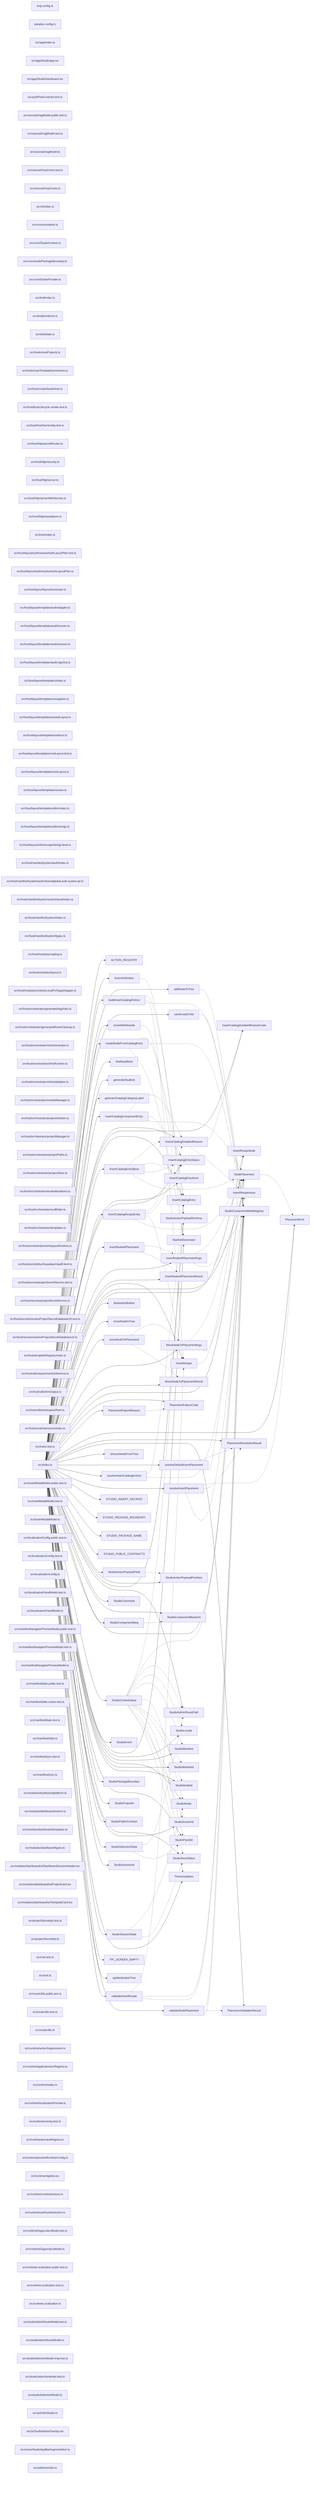
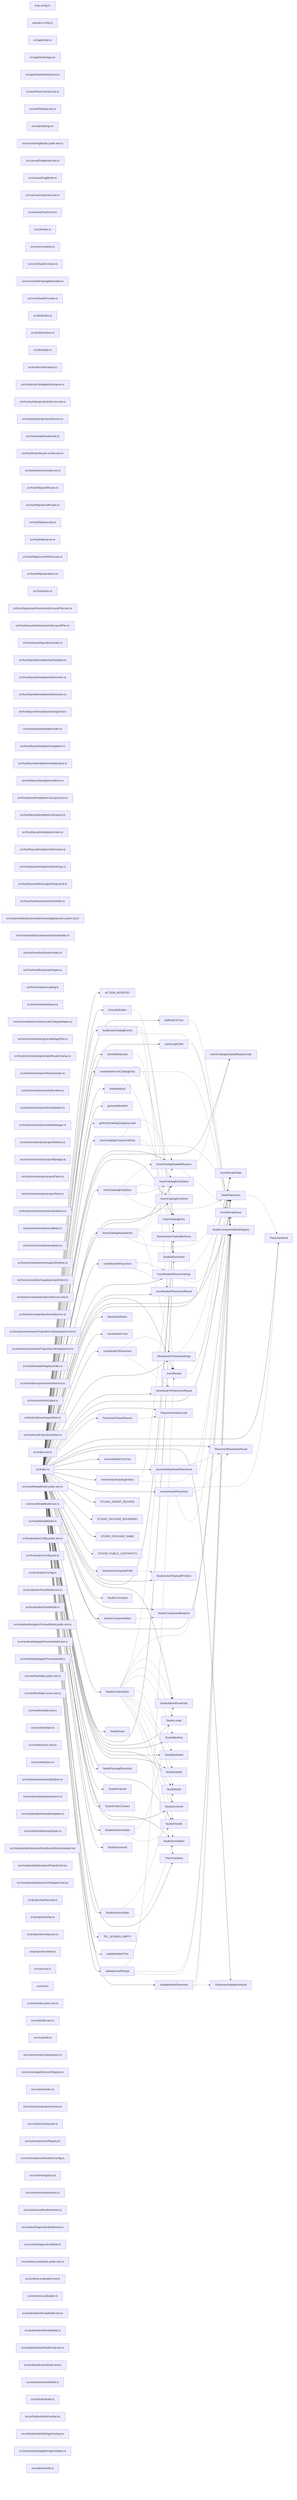
graph LR
  module_knip_config_ts["knip.config.ts"]
  module_paradox_config_ts["paradox.config.ts"]
  module_src_app_index_ts["src/app/index.ts"]
  module_src_app_StudioApp_tsx["src/app/StudioApp.tsx"]
  module_src_app_StudioDashboard_tsx["src/app/StudioDashboard.tsx"]
  module_src_authFlowContract_test_ts["src/authFlowContract.test.ts"]
+   module_src_authSettings_test_ts["src/authSettings.test.ts"]
+   module_src_authSettings_ts["src/authSettings.ts"]
  module_src_canvasDragModel_public_test_ts["src/canvasDragModel.public.test.ts"]
  module_src_canvasDragModel_test_ts["src/canvasDragModel.test.ts"]
  module_src_canvasDragModel_ts["src/canvasDragModel.ts"]
  module_src_canvasDropZones_test_ts["src/canvasDropZones.test.ts"]
  module_src_canvasDropZones_ts["src/canvasDropZones.ts"]
  module_src_cli_index_ts["src/cli/index.ts"]
  module_src_core_constants_ts["src/core/constants.ts"]
  module_src_core_StudioContext_ts["src/core/StudioContext.ts"]
  module_src_core_studioPackageBoundary_ts["src/core/studioPackageBoundary.ts"]
  module_src_core_StudioProvider_ts["src/core/StudioProvider.ts"]
  module_src_dnd_index_ts["src/dnd/index.ts"]
  module_src_dnd_primitives_ts["src/dnd/primitives.ts"]
  module_src_dnd_state_ts["src/dnd/state.ts"]
  module_src_hooks_useProjects_ts["src/hooks/useProjects.ts"]
  module_src_hooks_useTemplateSummaries_ts["src/hooks/useTemplateSummaries.ts"]
+   module_src_host_auth_projectAuthService_test_ts["src/host/auth/projectAuthService.test.ts"]
+   module_src_host_auth_projectAuthService_ts["src/host/auth/projectAuthService.ts"]
  module_src_host_createStudioHost_ts["src/host/createStudioHost.ts"]
  module_src_host_hostLifecycle_smoke_test_ts["src/host/hostLifecycle.smoke.test.ts"]
  module_src_host_hostOwnership_test_ts["src/host/hostOwnership.test.ts"]
+   module_src_host_http_authRoutes_ts["src/host/http/authRoutes.ts"]
  module_src_host_http_secretRoutes_ts["src/host/http/secretRoutes.ts"]
  module_src_host_http_security_ts["src/host/http/security.ts"]
  module_src_host_http_server_ts["src/host/http/server.ts"]
  module_src_host_http_serverWithSecrets_ts["src/host/http/serverWithSecrets.ts"]
  module_src_host_http_standalone_ts["src/host/http/standalone.ts"]
  module_src_host_index_ts["src/host/index.ts"]
  module_src_host_layout_auth_resolveAuthLayoutPlan_test_ts["src/host/layout/auth/resolveAuthLayoutPlan.test.ts"]
  module_src_host_layout_auth_resolveAuthLayoutPlan_ts["src/host/layout/auth/resolveAuthLayoutPlan.ts"]
  module_src_host_layout_layoutGenerator_ts["src/host/layout/layoutGenerator.ts"]
  module_src_host_layout_templates_auth_adapter_ts["src/host/layout/templates/auth/adapter.ts"]
  module_src_host_layout_templates_auth_screen_ts["src/host/layout/templates/auth/screen.ts"]
  module_src_host_layout_templates_auth_session_ts["src/host/layout/templates/auth/session.ts"]
  module_src_host_layout_templates_auth_signOut_ts["src/host/layout/templates/auth/signOut.ts"]
  module_src_host_layout_templates_index_ts["src/host/layout/templates/index.ts"]
  module_src_host_layout_templates_navigation_ts["src/host/layout/templates/navigation.ts"]
  module_src_host_layout_templates_nestedLayout_ts["src/host/layout/templates/nestedLayout.ts"]
  module_src_host_layout_templates_redirect_ts["src/host/layout/templates/redirect.ts"]
  module_src_host_layout_templates_rootLayout_test_ts["src/host/layout/templates/rootLayout.test.ts"]
  module_src_host_layout_templates_rootLayout_ts["src/host/layout/templates/rootLayout.ts"]
  module_src_host_layout_templates_screen_ts["src/host/layout/templates/screen.ts"]
  module_src_host_layout_templates_utils_routes_ts["src/host/layout/templates/utils/routes.ts"]
  module_src_host_layout_templates_utils_strings_ts["src/host/layout/templates/utils/strings.ts"]
  module_src_host_layout_utils_escapeStringLiteral_ts["src/host/layout/utils/escapeStringLiteral.ts"]
  module_src_host_manifestSystem_auth_index_ts["src/host/manifestSystem/auth/index.ts"]
  module_src_host_manifestSystem_auth_shared_global_auth_system_tpl_ts["src/host/manifestSystem/auth/shared/global.auth.system.tpl.ts"]
  module_src_host_manifestSystem_auth_shared_index_ts["src/host/manifestSystem/auth/shared/index.ts"]
  module_src_host_manifestSystem_index_ts["src/host/manifestSystem/index.ts"]
  module_src_host_manifestSystem_types_ts["src/host/manifestSystem/types.ts"]
  module_src_host_modules_catalog_ts["src/host/modules/catalog.ts"]
  module_src_host_modules_layout_ts["src/host/modules/layout.ts"]
  module_src_host_modules_runtime_LocalFsTargetAdapter_ts["src/host/modules/runtime/LocalFsTargetAdapter.ts"]
  module_src_host_orchestrator_generatedAppFiles_ts["src/host/orchestrator/generatedAppFiles.ts"]
  module_src_host_orchestrator_generatedRouteCleanup_ts["src/host/orchestrator/generatedRouteCleanup.ts"]
  module_src_host_orchestrator_infraGenerator_ts["src/host/orchestrator/infraGenerator.ts"]
  module_src_host_orchestrator_infraRuntime_ts["src/host/orchestrator/infraRuntime.ts"]
  module_src_host_orchestrator_infraValidation_ts["src/host/orchestrator/infraValidation.ts"]
  module_src_host_orchestrator_moduleManager_ts["src/host/orchestrator/moduleManager.ts"]
  module_src_host_orchestrator_projectDeletion_ts["src/host/orchestrator/projectDeletion.ts"]
  module_src_host_orchestrator_projectManager_ts["src/host/orchestrator/projectManager.ts"]
  module_src_host_orchestrator_projectPaths_ts["src/host/orchestrator/projectPaths.ts"]
  module_src_host_orchestrator_projectStore_ts["src/host/orchestrator/projectStore.ts"]
  module_src_host_orchestrator_resolveMutations_ts["src/host/orchestrator/resolveMutations.ts"]
  module_src_host_orchestrator_scaffolder_ts["src/host/orchestrator/scaffolder.ts"]
  module_src_host_orchestrator_templates_ts["src/host/orchestrator/templates.ts"]
  module_src_host_orchestrator_workspaceRuntime_ts["src/host/orchestrator/workspaceRuntime.ts"]
  module_src_host_secrets_bunSupabaseVaultClient_ts["src/host/secrets/bunSupabaseVaultClient.ts"]
  module_src_host_secrets_projectSecretService_test_ts["src/host/secrets/projectSecretService.test.ts"]
  module_src_host_secrets_projectSecretService_ts["src/host/secrets/projectSecretService.ts"]
  module_src_host_secrets_resolveProjectSecretDatabaseUrl_test_ts["src/host/secrets/resolveProjectSecretDatabaseUrl.test.ts"]
  module_src_host_secrets_resolveProjectSecretDatabaseUrl_ts["src/host/secrets/resolveProjectSecretDatabaseUrl.ts"]
  module_src_host_templateRegistry_index_ts["src/host/templateRegistry/index.ts"]
  module_src_host_utils_requirementsInference_ts["src/host/utils/requirementsInference.ts"]
  module_src_host_utils_trimOutput_ts["src/host/utils/trimOutput.ts"]
  module_src_host_utils_workspaceRoot_ts["src/host/utils/workspaceRoot.ts"]
  module_src_host_zoraExtensions_index_ts["src/host/zoraExtensions/index.ts"]
  module_src_index_test_ts["src/index.test.ts"]
  module_src_index_ts["src/index.ts"]
  module_src_insertModalModel_public_test_ts["src/insertModalModel.public.test.ts"]
  module_src_insertModalModel_test_ts["src/insertModalModel.test.ts"]
  module_src_insertModalModel_ts["src/insertModalModel.ts"]
  module_src_localizationConfig_public_test_ts["src/localizationConfig.public.test.ts"]
  module_src_localizationConfig_test_ts["src/localizationConfig.test.ts"]
  module_src_localizationConfig_ts["src/localizationConfig.ts"]
  module_src_localizationPanelModel_test_ts["src/localizationPanelModel.test.ts"]
  module_src_localizationPanelModel_ts["src/localizationPanelModel.ts"]
  module_src_manifestNavigatorPreviewModel_public_test_ts["src/manifestNavigatorPreviewModel.public.test.ts"]
  module_src_manifestNavigatorPreviewModel_test_ts["src/manifestNavigatorPreviewModel.test.ts"]
  module_src_manifestNavigatorPreviewModel_ts["src/manifestNavigatorPreviewModel.ts"]
  module_src_manifestState_public_test_ts["src/manifestState.public.test.ts"]
  module_src_manifestState_routes_test_ts["src/manifestState.routes.test.ts"]
  module_src_manifestState_test_ts["src/manifestState.test.ts"]
  module_src_manifestState_ts["src/manifestState.ts"]
  module_src_manifestSync_test_ts["src/manifestSync.test.ts"]
  module_src_manifestSync_ts["src/manifestSync.ts"]
  module_src_modules_dashboard_platform_ts["src/modules/dashboard/platform.ts"]
  module_src_modules_dashboard_search_ts["src/modules/dashboard/search.ts"]
  module_src_modules_dashboard_templates_ts["src/modules/dashboard/templates.ts"]
  module_src_modules_dashboard_types_ts["src/modules/dashboard/types.ts"]
  module_src_modules_dashboard_ui_DashboardSectionHeader_tsx["src/modules/dashboard/ui/DashboardSectionHeader.tsx"]
  module_src_modules_dashboard_ui_ProjectCard_tsx["src/modules/dashboard/ui/ProjectCard.tsx"]
  module_src_modules_dashboard_ui_TemplateCard_tsx["src/modules/dashboard/ui/TemplateCard.tsx"]
+   module_src_projectAuthApi_test_ts["src/projectAuthApi.test.ts"]
+   module_src_projectAuthApi_ts["src/projectAuthApi.ts"]
  module_src_projectSecretApi_test_ts["src/projectSecretApi.test.ts"]
  module_src_projectSecretApi_ts["src/projectSecretApi.ts"]
  module_src_root_test_ts["src/root.test.ts"]
  module_src_root_ts["src/root.ts"]
  module_src_routeUtils_public_test_ts["src/routeUtils.public.test.ts"]
  module_src_routeUtils_test_ts["src/routeUtils.test.ts"]
  module_src_routeUtils_ts["src/routeUtils.ts"]
  module_src_runtime_actionSuppression_ts["src/runtime/actionSuppression.ts"]
  module_src_runtime_appExtensionRegistry_ts["src/runtime/appExtensionRegistry.ts"]
  module_src_runtime_index_ts["src/runtime/index.ts"]
  module_src_runtime_localizationPreview_ts["src/runtime/localizationPreview.ts"]
  module_src_runtime_overlay_test_ts["src/runtime/overlay.test.ts"]
  module_src_runtime_previewRegistry_ts["src/runtime/previewRegistry.ts"]
  module_src_runtime_previewRuntimeConfig_ts["src/runtime/previewRuntimeConfig.ts"]
  module_src_runtime_registry_tsx["src/runtime/registry.tsx"]
  module_src_runtime_runtimeActions_ts["src/runtime/runtimeActions.ts"]
  module_src_runtime_useRuntimeAction_ts["src/runtime/useRuntimeAction.ts"]
  module_src_runtimeDiagnosticsModel_test_ts["src/runtimeDiagnosticsModel.test.ts"]
  module_src_runtimeDiagnosticsModel_ts["src/runtimeDiagnosticsModel.ts"]
  module_src_runtimeLocalization_public_test_ts["src/runtimeLocalization.public.test.ts"]
  module_src_runtimeLocalization_test_ts["src/runtimeLocalization.test.ts"]
  module_src_runtimeLocalization_ts["src/runtimeLocalization.ts"]
  module_src_studioAdminRouteModel_test_ts["src/studioAdminRouteModel.test.ts"]
  module_src_studioAdminRouteModel_ts["src/studioAdminRouteModel.ts"]
  module_src_studioSelectionModel_knip_test_ts["src/studioSelectionModel.knip.test.ts"]
  module_src_studioSelectionModel_test_ts["src/studioSelectionModel.test.ts"]
  module_src_studioSelectionModel_ts["src/studioSelectionModel.ts"]
  module_src_ui_AnkhStudio_ts["src/ui/AnkhStudio.ts"]
  module_src_ui_StudioAdminOverlay_tsx["src/ui/StudioAdminOverlay.tsx"]
+   module_src_ui_StudioAuthSettingsOverlay_tsx["src/ui/StudioAuthSettingsOverlay.tsx"]
  module_src_ui_useStudioAppBarAugmentation_ts["src/ui/useStudioAppBarAugmentation.ts"]
  module_src_utils_treeUtils_ts["src/utils/treeUtils.ts"]
  export_ACTION_REGISTRY["ACTION_REGISTRY"]
  module_src_index_ts --> export_ACTION_REGISTRY
  export_ActionDefinition["ActionDefinition"]
  module_src_index_ts --> export_ActionDefinition
  export_ActionDefinition -.-> export_StudioActionPayloadSchema
  export_addNodeToTree["addNodeToTree"]
  module_src_index_ts --> export_addNodeToTree
  export_addNodeToTree -.-> export_StudioComponentMetaRegistry
  export_buildInsertCatalogEntries["buildInsertCatalogEntries"]
  module_src_index_ts --> export_buildInsertCatalogEntries
  export_buildInsertCatalogEntries -.-> export_InsertCatalogEntry
  export_buildInsertCatalogEntries -.-> export_InsertRecipe
  export_buildInsertCatalogEntries -.-> export_StudioComponentMetaRegistry
  export_canAcceptChild["canAcceptChild"]
  module_src_index_ts --> export_canAcceptChild
  export_canAcceptChild -.-> export_StudioComponentMetaRegistry
  export_cloneWithNewIds["cloneWithNewIds"]
  module_src_index_ts --> export_cloneWithNewIds
  export_cloneWithNewIds -.-> export_StudioIdGenerator
  export_createNodeFromCatalogEntry["createNodeFromCatalogEntry"]
  module_src_index_ts --> export_createNodeFromCatalogEntry
  export_createNodeFromCatalogEntry -.-> export_InsertCatalogEntry
  export_createNodeFromCatalogEntry -.-> export_StudioComponentMetaRegistry
  export_createNodeFromCatalogEntry -.-> export_StudioIdGenerator
  export_findNodeById["findNodeById"]
  module_src_index_ts --> export_findNodeById
  export_generateStudioId["generateStudioId"]
  module_src_index_ts --> export_generateStudioId
  export_getInsertCatalogCategoryLabel["getInsertCatalogCategoryLabel"]
  module_src_index_ts --> export_getInsertCatalogCategoryLabel
  export_InsertCatalogComponentEntry["InsertCatalogComponentEntry"]
  module_src_index_ts --> export_InsertCatalogComponentEntry
  export_InsertCatalogComponentEntry -.-> export_InsertCatalogDisabledReason
  export_InsertCatalogComponentEntry -.-> export_InsertCatalogEntryStatus
  export_InsertCatalogComponentEntry -.-> export_NodePlacement
  export_InsertCatalogDisabledReason["InsertCatalogDisabledReason"]
  module_src_index_ts --> export_InsertCatalogDisabledReason
  export_InsertCatalogDisabledReason -.-> export_InsertCatalogDisabledReasonCode
  export_InsertCatalogDisabledReason -.-> export_InsertRecipeIssue
  export_InsertCatalogDisabledReasonCode["InsertCatalogDisabledReasonCode"]
  module_src_index_ts --> export_InsertCatalogDisabledReasonCode
  export_InsertCatalogEntry["InsertCatalogEntry"]
  module_src_index_ts --> export_InsertCatalogEntry
  export_InsertCatalogEntryBase["InsertCatalogEntryBase"]
  module_src_index_ts --> export_InsertCatalogEntryBase
  export_InsertCatalogEntryBase -.-> export_InsertCatalogDisabledReason
  export_InsertCatalogEntryBase -.-> export_InsertCatalogEntryKind
  export_InsertCatalogEntryBase -.-> export_InsertCatalogEntryStatus
  export_InsertCatalogEntryBase -.-> export_NodePlacement
  export_InsertCatalogEntryKind["InsertCatalogEntryKind"]
  module_src_index_ts --> export_InsertCatalogEntryKind
  export_InsertCatalogEntryStatus["InsertCatalogEntryStatus"]
  module_src_index_ts --> export_InsertCatalogEntryStatus
  export_InsertCatalogRecipeEntry["InsertCatalogRecipeEntry"]
  module_src_index_ts --> export_InsertCatalogRecipeEntry
  export_InsertCatalogRecipeEntry -.-> export_InsertCatalogDisabledReason
  export_InsertCatalogRecipeEntry -.-> export_InsertCatalogEntryStatus
  export_InsertCatalogRecipeEntry -.-> export_InsertRecipe
  export_InsertCatalogRecipeEntry -.-> export_NodePlacement
  export_insertNodeAtPlacement["insertNodeAtPlacement"]
  module_src_index_ts --> export_insertNodeAtPlacement
  export_insertNodeAtPlacement -.-> export_InsertNodeAtPlacementArgs
  export_insertNodeAtPlacement -.-> export_InsertNodeAtPlacementResult
  export_InsertNodeAtPlacementArgs["InsertNodeAtPlacementArgs"]
  module_src_index_ts --> export_InsertNodeAtPlacementArgs
  export_InsertNodeAtPlacementArgs -.-> export_NodePlacement
  export_InsertNodeAtPlacementArgs -.-> export_StudioComponentMetaRegistry
  export_InsertNodeAtPlacementResult["InsertNodeAtPlacementResult"]
  module_src_index_ts --> export_InsertNodeAtPlacementResult
  export_InsertRecipe["InsertRecipe"]
  module_src_index_ts --> export_InsertRecipe
  export_InsertRecipe -.-> export_InsertRecipeNode
  export_InsertRecipeIssue["InsertRecipeIssue"]
  module_src_index_ts --> export_InsertRecipeIssue
  export_InsertRecipeNode["InsertRecipeNode"]
  module_src_index_ts --> export_InsertRecipeNode
  export_ModuleDefinition["ModuleDefinition"]
  module_src_index_ts --> export_ModuleDefinition
  export_moveNodeInTree["moveNodeInTree"]
  module_src_index_ts --> export_moveNodeInTree
  export_moveNodeToPlacement["moveNodeToPlacement"]
  module_src_index_ts --> export_moveNodeToPlacement
  export_moveNodeToPlacement -.-> export_MoveNodeToPlacementArgs
  export_moveNodeToPlacement -.-> export_MoveNodeToPlacementResult
  export_MoveNodeToPlacementArgs["MoveNodeToPlacementArgs"]
  module_src_index_ts --> export_MoveNodeToPlacementArgs
  export_MoveNodeToPlacementArgs -.-> export_NodePlacement
  export_MoveNodeToPlacementArgs -.-> export_StudioComponentMetaRegistry
  export_MoveNodeToPlacementResult["MoveNodeToPlacementResult"]
  module_src_index_ts --> export_MoveNodeToPlacementResult
  export_NodePlacement["NodePlacement"]
  module_src_index_ts --> export_NodePlacement
  export_NodePlacement -.-> export_PlacementKind
  export_PlacementFailureCode["PlacementFailureCode"]
  module_src_index_ts --> export_PlacementFailureCode
  export_PlacementFailureReason["PlacementFailureReason"]
  module_src_index_ts --> export_PlacementFailureReason
  export_PlacementFailureReason -.-> export_PlacementFailureCode
  export_PlacementKind["PlacementKind"]
  module_src_index_ts --> export_PlacementKind
  export_PlacementResolutionResult["PlacementResolutionResult"]
  module_src_index_ts --> export_PlacementResolutionResult
  export_PlacementValidationResult["PlacementValidationResult"]
  module_src_index_ts --> export_PlacementValidationResult
  export_removeNodeFromTree["removeNodeFromTree"]
  module_src_index_ts --> export_removeNodeFromTree
  export_resolveDefaultInsertPlacement["resolveDefaultInsertPlacement"]
  module_src_index_ts --> export_resolveDefaultInsertPlacement
  export_resolveDefaultInsertPlacement -.-> export_PlacementResolutionResult
  export_resolveDefaultInsertPlacement -.-> export_StudioComponentMetaRegistry
  export_resolveInsertCatalogEntries["resolveInsertCatalogEntries"]
  module_src_index_ts --> export_resolveInsertCatalogEntries
  export_resolveInsertCatalogEntries -.-> export_InsertCatalogEntry
  export_resolveInsertCatalogEntries -.-> export_StudioComponentMetaRegistry
  export_resolveInsertPlacement["resolveInsertPlacement"]
  module_src_index_ts --> export_resolveInsertPlacement
  export_resolveInsertPlacement -.-> export_PlacementKind
  export_resolveInsertPlacement -.-> export_PlacementResolutionResult
  export_resolveInsertPlacement -.-> export_StudioComponentMetaRegistry
  export_STUDIO_INSERT_RECIPES["STUDIO_INSERT_RECIPES"]
  module_src_index_ts --> export_STUDIO_INSERT_RECIPES
  export_STUDIO_PACKAGE_BOUNDARY["STUDIO_PACKAGE_BOUNDARY"]
  module_src_index_ts --> export_STUDIO_PACKAGE_BOUNDARY
  export_STUDIO_PACKAGE_NAME["STUDIO_PACKAGE_NAME"]
  module_src_index_ts --> export_STUDIO_PACKAGE_NAME
  export_STUDIO_PUBLIC_CONTRACTS["STUDIO_PUBLIC_CONTRACTS"]
  module_src_index_ts --> export_STUDIO_PUBLIC_CONTRACTS
  export_StudioActionPayloadField["StudioActionPayloadField"]
  module_src_index_ts --> export_StudioActionPayloadField
  export_StudioActionPayloadField -.-> export_StudioActionPayloadPrimitive
  export_StudioActionPayloadPrimitive["StudioActionPayloadPrimitive"]
  module_src_index_ts --> export_StudioActionPayloadPrimitive
  export_StudioActionPayloadSchema["StudioActionPayloadSchema"]
  module_src_index_ts --> export_StudioActionPayloadSchema
  export_StudioAdminRoutePath["StudioAdminRoutePath"]
  module_src_index_ts --> export_StudioAdminRoutePath
  export_StudioCommand["StudioCommand"]
  module_src_index_ts --> export_StudioCommand
  export_StudioComponentBlueprint["StudioComponentBlueprint"]
  module_src_index_ts --> export_StudioComponentBlueprint
  export_StudioComponentMeta["StudioComponentMeta"]
  module_src_index_ts --> export_StudioComponentMeta
  export_StudioComponentMeta -.-> export_StudioComponentBlueprint
  export_StudioComponentMetaRegistry["StudioComponentMetaRegistry"]
  module_src_index_ts --> export_StudioComponentMetaRegistry
  export_StudioContextValue["StudioContextValue"]
  module_src_index_ts --> export_StudioContextValue
  export_StudioContextValue -.-> export_InsertCatalogEntry
  export_StudioContextValue -.-> export_NodePlacement
  export_StudioContextValue -.-> export_StudioAdminRoutePath
  export_StudioContextValue -.-> export_StudioLocale
  export_StudioContextValue -.-> export_StudioManifest
  export_StudioContextValue -.-> export_StudioMode
  export_StudioContextValue -.-> export_StudioModuleId
  export_StudioContextValue -.-> export_StudioNodeId
  export_StudioContextValue -.-> export_StudioPanelId
  export_StudioContextValue -.-> export_StudioSaveStatus
  export_StudioContextValue -.-> export_StudioScreenId
  export_StudioContextValue -.-> export_ThemeUpdates
  export_StudioEvent["StudioEvent"]
  module_src_index_ts --> export_StudioEvent
  export_StudioIdGenerator["StudioIdGenerator"]
  module_src_index_ts --> export_StudioIdGenerator
  export_StudioLocale["StudioLocale"]
  module_src_index_ts --> export_StudioLocale
  export_StudioManifest["StudioManifest"]
  module_src_index_ts --> export_StudioManifest
  export_StudioMode["StudioMode"]
  module_src_index_ts --> export_StudioMode
  export_StudioModuleId["StudioModuleId"]
  module_src_index_ts --> export_StudioModuleId
  export_StudioNodeId["StudioNodeId"]
  module_src_index_ts --> export_StudioNodeId
  export_StudioPackageBoundary["StudioPackageBoundary"]
  module_src_index_ts --> export_StudioPackageBoundary
  export_StudioPanelId["StudioPanelId"]
  module_src_index_ts --> export_StudioPanelId
  export_StudioProjectId["StudioProjectId"]
  module_src_index_ts --> export_StudioProjectId
  export_StudioPublicContract["StudioPublicContract"]
  module_src_index_ts --> export_StudioPublicContract
  export_StudioSaveStatus["StudioSaveStatus"]
  module_src_index_ts --> export_StudioSaveStatus
  export_StudioScreenId["StudioScreenId"]
  module_src_index_ts --> export_StudioScreenId
  export_StudioSelectionState["StudioSelectionState"]
  module_src_index_ts --> export_StudioSelectionState
  export_StudioSelectionState -.-> export_StudioAdminRoutePath
  export_StudioSelectionState -.-> export_StudioPanelId
  export_StudioSessionId["StudioSessionId"]
  module_src_index_ts --> export_StudioSessionId
  export_StudioSessionState["StudioSessionState"]
  module_src_index_ts --> export_StudioSessionState
  export_StudioSessionState -.-> export_StudioMode
  export_StudioSessionState -.-> export_StudioSaveStatus
  export_ThemeUpdates["ThemeUpdates"]
  module_src_index_ts --> export_ThemeUpdates
  export_TPL_SCREEN_EMPTY["TPL_SCREEN_EMPTY"]
  module_src_index_ts --> export_TPL_SCREEN_EMPTY
  export_updateNodeInTree["updateNodeInTree"]
  module_src_index_ts --> export_updateNodeInTree
  export_validateInsertRecipe["validateInsertRecipe"]
  module_src_index_ts --> export_validateInsertRecipe
  export_validateInsertRecipe -.-> export_InsertRecipe
  export_validateInsertRecipe -.-> export_InsertRecipeIssue
  export_validateInsertRecipe -.-> export_StudioComponentMetaRegistry
  export_validateNodePlacement["validateNodePlacement"]
  module_src_index_ts --> export_validateNodePlacement
  export_validateNodePlacement -.-> export_NodePlacement
  export_validateNodePlacement -.-> export_PlacementValidationResult
  export_validateNodePlacement -.-> export_StudioComponentMetaRegistry
